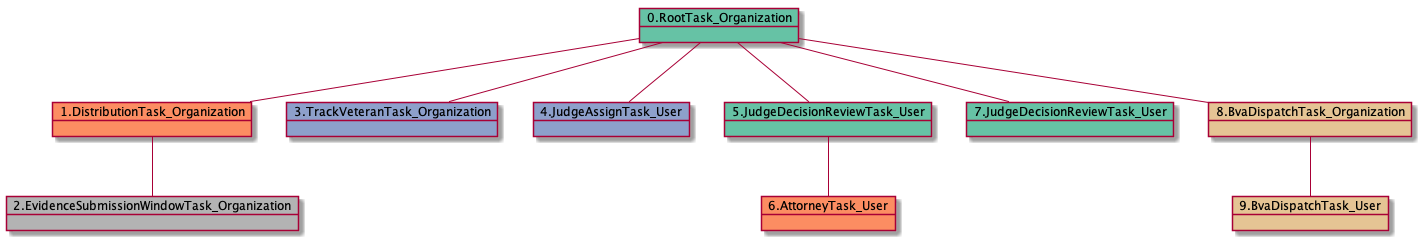
This is docs-ES/uml/RTO.DTO.ESWTO.TVTO.JATU-15152.png from yoomlam/graphing, a PlantUML export, as it was before one commit. Source of this version:
```plantuml
@startuml
object 0.RootTask_Organization #66c2a5
object 1.DistributionTask_Organization #fc8d62
object 2.EvidenceSubmissionWindowTask_Organization #b3b3b3
object 3.TrackVeteranTask_Organization #8da0cb
object 4.JudgeAssignTask_User #8da0cb
object 5.JudgeDecisionReviewTask_User #66c2a5
object 6.AttorneyTask_User #fc8d62
object 7.JudgeDecisionReviewTask_User #66c2a5
object 8.BvaDispatchTask_Organization #e5c494
object 9.BvaDispatchTask_User #e5c494
0.RootTask_Organization -- 1.DistributionTask_Organization
1.DistributionTask_Organization -- 2.EvidenceSubmissionWindowTask_Organization
0.RootTask_Organization -- 3.TrackVeteranTask_Organization
0.RootTask_Organization -- 4.JudgeAssignTask_User
0.RootTask_Organization -- 5.JudgeDecisionReviewTask_User
5.JudgeDecisionReviewTask_User -- 6.AttorneyTask_User
0.RootTask_Organization -- 7.JudgeDecisionReviewTask_User
0.RootTask_Organization -- 8.BvaDispatchTask_Organization
8.BvaDispatchTask_Organization -- 9.BvaDispatchTask_User
@enduml
```
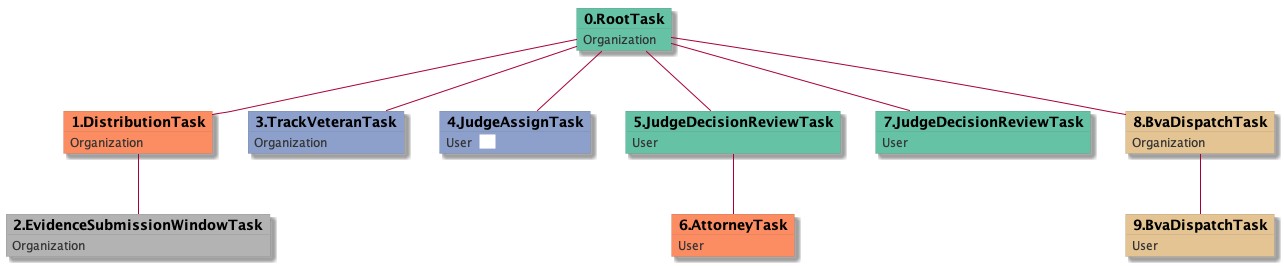
After the change.

Diff of the diagram source:
```diff
@@ -1,21 +1,49 @@
 @startuml
-object 0.RootTask_Organization #66c2a5
-object 1.DistributionTask_Organization #fc8d62
-object 2.EvidenceSubmissionWindowTask_Organization #b3b3b3
-object 3.TrackVeteranTask_Organization #8da0cb
-object 4.JudgeAssignTask_User #8da0cb
-object 5.JudgeDecisionReviewTask_User #66c2a5
-object 6.AttorneyTask_User #fc8d62
-object 7.JudgeDecisionReviewTask_User #66c2a5
-object 8.BvaDispatchTask_Organization #e5c494
-object 9.BvaDispatchTask_User #e5c494
-0.RootTask_Organization -- 1.DistributionTask_Organization
-1.DistributionTask_Organization -- 2.EvidenceSubmissionWindowTask_Organization
-0.RootTask_Organization -- 3.TrackVeteranTask_Organization
-0.RootTask_Organization -- 4.JudgeAssignTask_User
-0.RootTask_Organization -- 5.JudgeDecisionReviewTask_User
-5.JudgeDecisionReviewTask_User -- 6.AttorneyTask_User
-0.RootTask_Organization -- 7.JudgeDecisionReviewTask_User
-0.RootTask_Organization -- 8.BvaDispatchTask_Organization
-8.BvaDispatchTask_Organization -- 9.BvaDispatchTask_User
+skinparam {
+  ObjectBorderColor #555
+  ObjectBorderThickness 0
+  ObjectFontStyle bold
+  ObjectFontSize 14
+  ObjectAttributeFontColor #333
+  ObjectAttributeFontSize 12
+}
+  object 0.RootTask #66c2a5 {
+Organization
+}
+  object 1.DistributionTask #fc8d62 {
+Organization
+}
+  object 2.EvidenceSubmissionWindowTask #b3b3b3 {
+Organization
+}
+  object 3.TrackVeteranTask #8da0cb {
+Organization
+}
+  object 4.JudgeAssignTask #8da0cb {
+User  <back:white>    </back>
+}
+  object 5.JudgeDecisionReviewTask #66c2a5 {
+User
+}
+  object 6.AttorneyTask #fc8d62 {
+User
+}
+  object 7.JudgeDecisionReviewTask #66c2a5 {
+User
+}
+  object 8.BvaDispatchTask #e5c494 {
+Organization
+}
+  object 9.BvaDispatchTask #e5c494 {
+User
+}
+0.RootTask -- 1.DistributionTask
+1.DistributionTask -- 2.EvidenceSubmissionWindowTask
+0.RootTask -- 3.TrackVeteranTask
+0.RootTask -- 4.JudgeAssignTask
+0.RootTask -- 5.JudgeDecisionReviewTask
+5.JudgeDecisionReviewTask -- 6.AttorneyTask
+0.RootTask -- 7.JudgeDecisionReviewTask
+0.RootTask -- 8.BvaDispatchTask
+8.BvaDispatchTask -- 9.BvaDispatchTask
 @enduml
```
